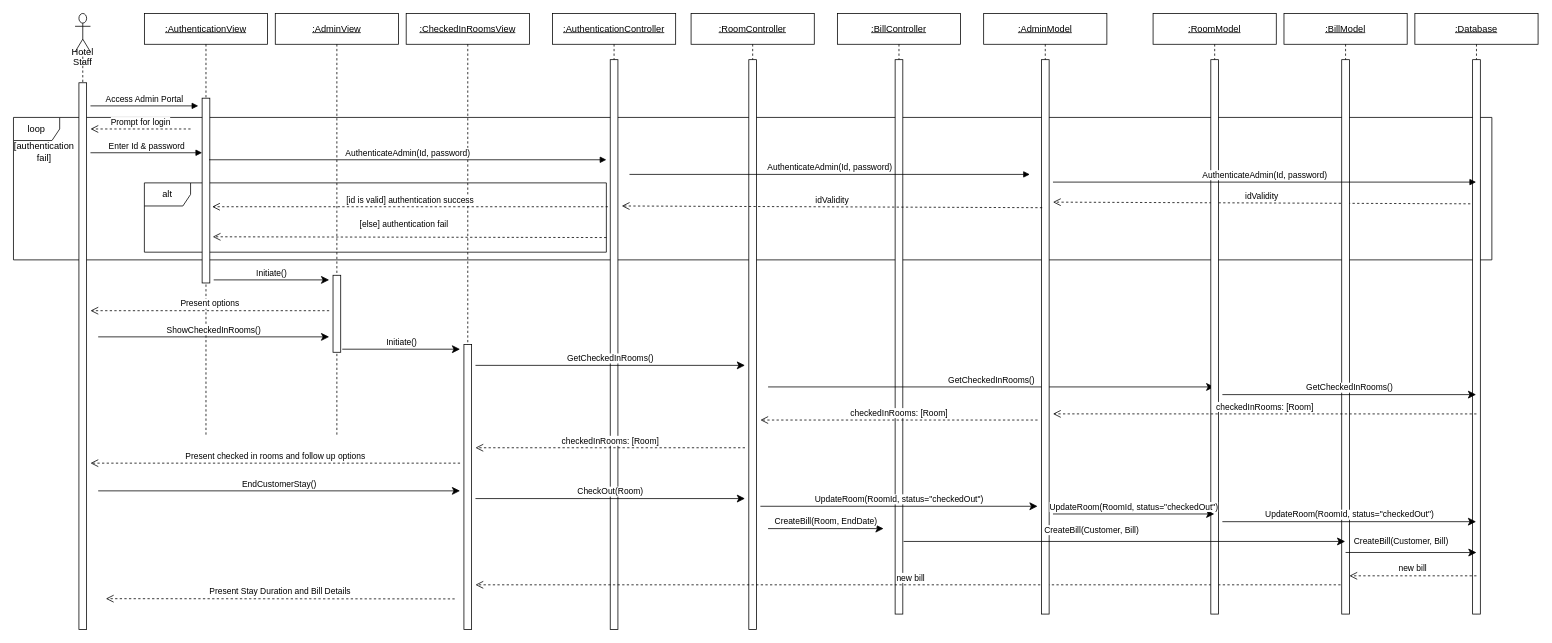
Earlier version of the draw.io diagram Diagrams/Sequence/EndCustomerStay.drawio (mclhtay/CS4471). Source tidied: cells renumbered, new cells numbered last; positions are measured from the earlier drawing's top-left corner, leaving out a move shared by most shapes. Both pictures are drawn from the tidied source at 77%, with x=0, y=0 at pixel (13, 13).
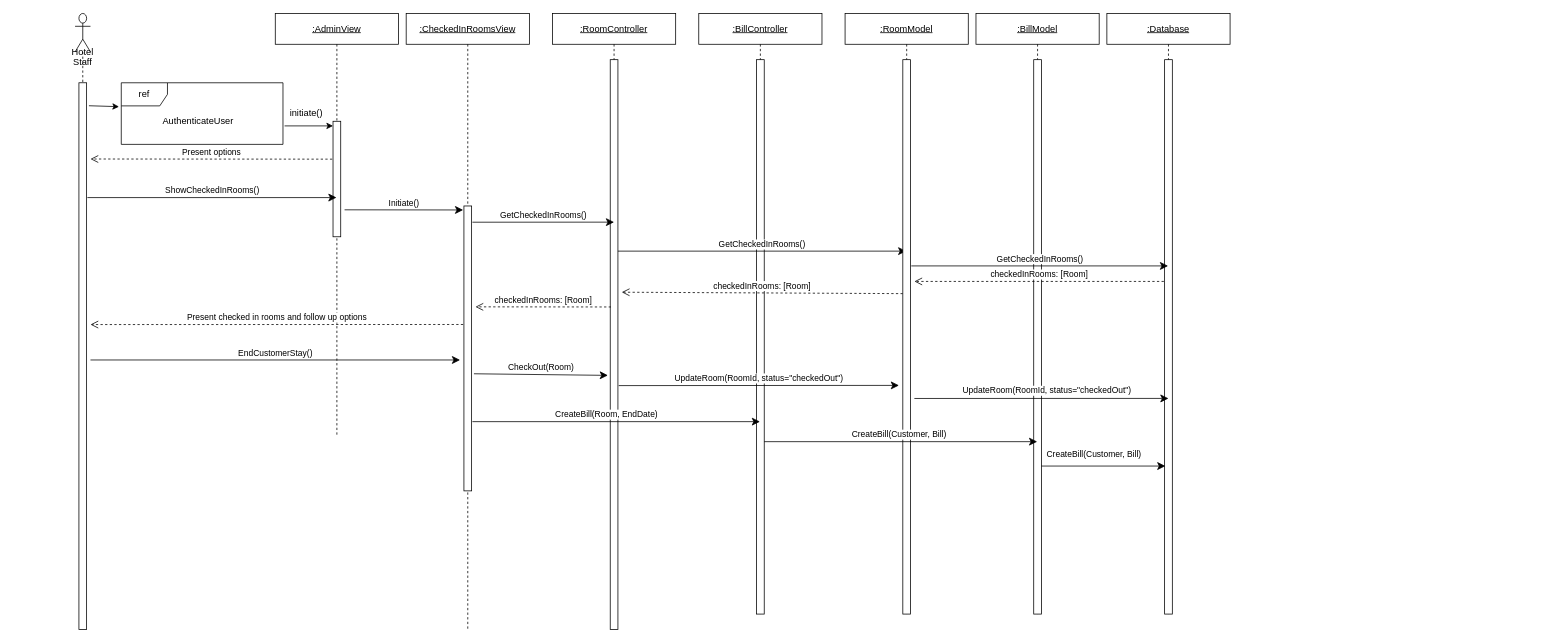
The same page after the edit.

The change refers to these unchanged cells:
```xml
<mxCell id="5" style="html=1;points=[];perimeter=orthogonalPerimeter;" parent="4" vertex="1">
  <mxGeometry x="5" y="90" width="10" height="710" as="geometry" />
</mxCell>
<mxCell id="6" value="&lt;u&gt;:CheckedInRoomsView&lt;/u&gt;" style="shape=umlLifeline;perimeter=lifelinePerimeter;whiteSpace=wrap;html=1;" parent="1" vertex="1">
  <mxGeometry x="510" width="160" height="800" as="geometry" />
</mxCell>
<mxCell id="11" style="html=1;points=[];perimeter=orthogonalPerimeter;" parent="10" vertex="1">
  <mxGeometry x="75" y="60" width="10" height="740" as="geometry" />
</mxCell>
<mxCell id="15" style="html=1;points=[];perimeter=orthogonalPerimeter;" parent="14" vertex="1">
  <mxGeometry x="75" y="60" width="10" height="720" as="geometry" />
</mxCell>
<mxCell id="17" style="html=1;points=[];perimeter=orthogonalPerimeter;" parent="16" vertex="1">
  <mxGeometry x="75" y="60" width="10" height="720" as="geometry" />
</mxCell>
<mxCell id="28" value="&lt;u&gt;:AdminView&lt;/u&gt;" style="shape=umlLifeline;perimeter=lifelinePerimeter;whiteSpace=wrap;html=1;outlineConnect=0;" parent="1" vertex="1">
  <mxGeometry x="340" width="160" height="550" as="geometry" />
</mxCell>
<mxCell id="47" style="html=1;points=[];perimeter=orthogonalPerimeter;" parent="46" vertex="1">
  <mxGeometry x="75" y="60" width="10" height="720" as="geometry" />
</mxCell>
<mxCell id="49" style="html=1;points=[];perimeter=orthogonalPerimeter;" parent="48" vertex="1">
  <mxGeometry x="75" y="60" width="10" height="720" as="geometry" />
</mxCell>
```

Diff of the diagram source:
```diff
@@
-    <mxCell id="2" value="loop" style="shape=umlFrame;whiteSpace=wrap;html=1;" parent="1" vertex="1">
-      <mxGeometry y="135" width="1920" height="185" as="geometry" />
-    </mxCell>
-    <mxCell id="3" value="alt" style="shape=umlFrame;whiteSpace=wrap;html=1;" parent="1" vertex="1">
-      <mxGeometry x="170" y="220" width="600" height="90" as="geometry" />
-    </mxCell>
@@
     <mxCell id="7" style="html=1;points=[];perimeter=orthogonalPerimeter;" parent="6" vertex="1">
-      <mxGeometry x="75" y="430" width="10" height="370" as="geometry" />
+      <mxGeometry x="75" y="250" width="10" height="370" as="geometry" />
     </mxCell>
-    <mxCell id="8" value="&lt;u&gt;:AuthenticationView&lt;/u&gt;" style="shape=umlLifeline;perimeter=lifelinePerimeter;whiteSpace=wrap;html=1;" parent="1" vertex="1">
-      <mxGeometry x="170" width="160" height="550" as="geometry" />
-    </mxCell>
-    <mxCell id="9" style="html=1;points=[];perimeter=orthogonalPerimeter;" parent="8" vertex="1">
-      <mxGeometry x="75" y="110" width="10" height="240" as="geometry" />
-    </mxCell>
     <mxCell id="10" value="&lt;u&gt;:RoomController&lt;/u&gt;" style="shape=umlLifeline;perimeter=lifelinePerimeter;whiteSpace=wrap;html=1;" parent="1" vertex="1">
-      <mxGeometry x="880" width="160" height="800" as="geometry" />
+      <mxGeometry x="700" width="160" height="800" as="geometry" />
     </mxCell>
@@
-    <mxCell id="12" value="&lt;u&gt;:AuthenticationController&lt;/u&gt;" style="shape=umlLifeline;perimeter=lifelinePerimeter;whiteSpace=wrap;html=1;" parent="1" vertex="1">
-      <mxGeometry x="700" width="160" height="800" as="geometry" />
-    </mxCell>
-    <mxCell id="13" style="html=1;perimeter=orthogonalPerimeter;" parent="12" vertex="1">
-      <mxGeometry x="75" y="60" width="10" height="740" as="geometry" />
-    </mxCell>
     <mxCell id="14" value="&lt;u&gt;:BillController&lt;/u&gt;" style="shape=umlLifeline;perimeter=lifelinePerimeter;whiteSpace=wrap;html=1;outlineConnect=0;" parent="1" vertex="1">
-      <mxGeometry x="1070" width="160" height="780" as="geometry" />
+      <mxGeometry x="890" width="160" height="780" as="geometry" />
     </mxCell>
@@
     <mxCell id="16" value="&lt;u&gt;:Database&lt;/u&gt;" style="shape=umlLifeline;perimeter=lifelinePerimeter;whiteSpace=wrap;html=1;outlineConnect=0;" parent="1" vertex="1">
-      <mxGeometry x="1820" width="160" height="780" as="geometry" />
+      <mxGeometry x="1420" width="160" height="780" as="geometry" />
     </mxCell>
@@
-    <mxCell id="18" value="Access Admin Portal" style="html=1;verticalAlign=bottom;endArrow=block;" parent="1" edge="1">
-      <mxGeometry relative="1" as="geometry">
-        <mxPoint x="100" y="120" as="sourcePoint" />
-        <mxPoint x="240" y="120" as="targetPoint" />
-      </mxGeometry>
-    </mxCell>
-    <mxCell id="19" value="Prompt for login" style="html=1;verticalAlign=bottom;endArrow=open;dashed=1;endSize=8;" parent="1" edge="1">
-      <mxGeometry relative="1" as="geometry">
-        <mxPoint x="230" y="150" as="sourcePoint" />
-        <mxPoint x="100" y="150" as="targetPoint" />
-      </mxGeometry>
-    </mxCell>
-    <mxCell id="20" value="[authentication fail]" style="text;html=1;strokeColor=none;fillColor=none;align=center;verticalAlign=middle;whiteSpace=wrap;rounded=0;" parent="1" vertex="1">
-      <mxGeometry x="20" y="170" width="40" height="20" as="geometry" />
-    </mxCell>
-    <mxCell id="21" value="Enter Id &amp;amp; password" style="html=1;verticalAlign=bottom;endArrow=block;exitX=1.5;exitY=0.128;exitDx=0;exitDy=0;exitPerimeter=0;" parent="1" edge="1" source="5" target="9">
-      <mxGeometry relative="1" as="geometry" />
-    </mxCell>
-    <mxCell id="22" value="AuthenticateAdmin(Id, password)" style="html=1;verticalAlign=bottom;endArrow=block;" parent="1" edge="1">
-      <mxGeometry relative="1" as="geometry">
-        <mxPoint x="254" y="190" as="sourcePoint" />
-        <mxPoint x="770" y="190" as="targetPoint" />
-      </mxGeometry>
-    </mxCell>
-    <mxCell id="23" value="AuthenticateAdmin(Id, password)" style="html=1;verticalAlign=bottom;endArrow=block;" parent="1" edge="1">
-      <mxGeometry relative="1" as="geometry">
-        <mxPoint x="800" y="209" as="sourcePoint" />
-        <mxPoint x="1320" y="209" as="targetPoint" />
-      </mxGeometry>
-    </mxCell>
-    <mxCell id="24" value="idValidity" style="html=1;verticalAlign=bottom;endArrow=open;dashed=1;endSize=8;exitX=-0.3;exitY=0.26;exitDx=0;exitDy=0;exitPerimeter=0;" parent="1" edge="1" source="17">
-      <mxGeometry relative="1" as="geometry">
-        <mxPoint x="1350" y="245" as="targetPoint" />
-      </mxGeometry>
-    </mxCell>
-    <mxCell id="25" value="[id is valid] authentication success" style="html=1;verticalAlign=bottom;endArrow=open;dashed=1;endSize=8;" parent="1" edge="1">
-      <mxGeometry relative="1" as="geometry">
-        <mxPoint x="772" y="251" as="sourcePoint" />
-        <mxPoint x="258" y="251" as="targetPoint" />
-      </mxGeometry>
-    </mxCell>
-    <mxCell id="26" value="[else] authentication fail" style="html=1;verticalAlign=bottom;endArrow=open;dashed=1;endSize=8;exitX=1;exitY=0.789;exitDx=0;exitDy=0;exitPerimeter=0;entryX=0.148;entryY=0.778;entryDx=0;entryDy=0;entryPerimeter=0;" parent="1" edge="1" source="3" target="3">
-      <mxGeometry x="0.03" y="-8" relative="1" as="geometry" />
-    </mxCell>
-    <mxCell id="27" value="Initiate()" style="html=1;verticalAlign=bottom;endArrow=classic;endSize=8;endFill=1;" parent="1" edge="1">
-      <mxGeometry relative="1" as="geometry">
-        <mxPoint x="260" y="346" as="sourcePoint" />
-        <mxPoint x="410" y="346" as="targetPoint" />
-      </mxGeometry>
-    </mxCell>
@@
     <mxCell id="29" style="html=1;points=[];perimeter=orthogonalPerimeter;" parent="28" vertex="1">
-      <mxGeometry x="75" y="340" width="10" height="100" as="geometry" />
+      <mxGeometry x="75" y="140" width="10" height="150" as="geometry" />
     </mxCell>
-    <mxCell id="30" value="Present options" style="html=1;verticalAlign=bottom;endArrow=open;dashed=1;endSize=8;" parent="1" edge="1">
+    <mxCell id="30" value="Present options" style="html=1;verticalAlign=bottom;endArrow=open;dashed=1;endSize=8;exitX=-0.1;exitY=0.328;exitDx=0;exitDy=0;exitPerimeter=0;" parent="1" edge="1" source="29">
       <mxGeometry relative="1" as="geometry">
-        <mxPoint x="410" y="386" as="sourcePoint" />
-        <mxPoint x="100" y="386" as="targetPoint" />
+        <mxPoint x="100" y="189" as="targetPoint" />
       </mxGeometry>
     </mxCell>
-    <mxCell id="31" value="ShowCheckedInRooms()" style="html=1;verticalAlign=bottom;endArrow=classic;endSize=8;endFill=1;" parent="1" edge="1">
-      <mxGeometry relative="1" as="geometry">
-        <mxPoint x="110" y="420" as="sourcePoint" />
-        <mxPoint x="410" y="420" as="targetPoint" />
-      </mxGeometry>
+    <mxCell id="31" value="ShowCheckedInRooms()" style="html=1;verticalAlign=bottom;endArrow=classic;endSize=8;endFill=1;exitX=1.1;exitY=0.21;exitDx=0;exitDy=0;exitPerimeter=0;" parent="1" edge="1" source="5" target="28">
+      <mxGeometry relative="1" as="geometry" />
     </mxCell>
-    <mxCell id="32" value="Initiate()" style="html=1;verticalAlign=bottom;endArrow=classic;endSize=8;endFill=1;exitX=1.2;exitY=0.96;exitDx=0;exitDy=0;exitPerimeter=0;" parent="1" edge="1" source="29">
+    <mxCell id="32" value="Initiate()" style="html=1;verticalAlign=bottom;endArrow=classic;endSize=8;endFill=1;entryX=-0.1;entryY=0.014;entryDx=0;entryDy=0;entryPerimeter=0;" parent="1" edge="1" target="7">
       <mxGeometry relative="1" as="geometry">
-        <mxPoint x="580" y="436" as="targetPoint" />
+        <mxPoint x="430" y="255" as="sourcePoint" />
       </mxGeometry>
     </mxCell>
-    <mxCell id="33" value="GetCheckedInRooms()" style="html=1;verticalAlign=bottom;endArrow=classic;endSize=8;endFill=1;" parent="1" edge="1">
+    <mxCell id="33" value="GetCheckedInRooms()" style="html=1;verticalAlign=bottom;endArrow=classic;endSize=8;endFill=1;exitX=1.1;exitY=0.057;exitDx=0;exitDy=0;exitPerimeter=0;" parent="1" edge="1" source="7">
       <mxGeometry relative="1" as="geometry">
-        <mxPoint x="600" y="457" as="sourcePoint" />
-        <mxPoint x="950" y="457" as="targetPoint" />
+        <mxPoint x="780" y="271" as="targetPoint" />
       </mxGeometry>
     </mxCell>
-    <mxCell id="34" value="GetCheckedInRooms()" style="html=1;verticalAlign=bottom;endArrow=classic;endSize=8;endFill=1;" parent="1" edge="1" target="46">
-      <mxGeometry relative="1" as="geometry">
-        <mxPoint x="980" y="485" as="sourcePoint" />
-      </mxGeometry>
+    <mxCell id="34" value="GetCheckedInRooms()" style="html=1;verticalAlign=bottom;endArrow=classic;endSize=8;endFill=1;exitX=1;exitY=0.336;exitDx=0;exitDy=0;exitPerimeter=0;" parent="1" edge="1" source="11" target="46">
+      <mxGeometry relative="1" as="geometry" />
     </mxCell>
-    <mxCell id="35" value="checkedInRooms: [Room]" style="html=1;verticalAlign=bottom;endArrow=open;dashed=1;endSize=8;" parent="1" edge="1">
+    <mxCell id="35" value="checkedInRooms: [Room]" style="html=1;verticalAlign=bottom;endArrow=open;dashed=1;endSize=8;exitX=0;exitY=0.422;exitDx=0;exitDy=0;exitPerimeter=0;" parent="1" edge="1" source="47">
       <mxGeometry relative="1" as="geometry">
-        <mxPoint x="1330" y="528" as="sourcePoint" />
-        <mxPoint x="970" y="528" as="targetPoint" />
+        <mxPoint x="790" y="362" as="targetPoint" />
       </mxGeometry>
     </mxCell>
-    <mxCell id="36" value="checkedInRooms: [Room]" style="html=1;verticalAlign=bottom;endArrow=open;dashed=1;endSize=8;" parent="1" edge="1">
+    <mxCell id="36" value="checkedInRooms: [Room]" style="html=1;verticalAlign=bottom;endArrow=open;dashed=1;endSize=8;exitX=0.1;exitY=0.434;exitDx=0;exitDy=0;exitPerimeter=0;" parent="1" edge="1" source="11">
       <mxGeometry relative="1" as="geometry">
-        <mxPoint x="950" y="564" as="sourcePoint" />
-        <mxPoint x="600" y="564" as="targetPoint" />
+        <mxPoint x="600" y="381" as="targetPoint" />
       </mxGeometry>
     </mxCell>
-    <mxCell id="37" value="Present checked in rooms and follow up options" style="html=1;verticalAlign=bottom;endArrow=open;dashed=1;endSize=8;" parent="1" edge="1">
+    <mxCell id="37" value="Present checked in rooms and follow up options" style="html=1;verticalAlign=bottom;endArrow=open;dashed=1;endSize=8;exitX=-0.1;exitY=0.416;exitDx=0;exitDy=0;exitPerimeter=0;" parent="1" edge="1" source="7">
       <mxGeometry relative="1" as="geometry">
-        <mxPoint x="580" y="584" as="sourcePoint" />
-        <mxPoint x="100" y="584" as="targetPoint" />
+        <mxPoint x="100" y="404" as="targetPoint" />
       </mxGeometry>
     </mxCell>
     <mxCell id="38" value="EndCustomerStay()" style="html=1;verticalAlign=bottom;endArrow=classic;endSize=8;endFill=1;" parent="1" edge="1">
       <mxGeometry relative="1" as="geometry">
-        <mxPoint x="110" y="620" as="sourcePoint" />
-        <mxPoint x="580" y="620" as="targetPoint" />
+        <mxPoint x="100" y="450" as="sourcePoint" />
+        <mxPoint x="580" y="450" as="targetPoint" />
       </mxGeometry>
     </mxCell>
-    <mxCell id="39" value="CheckOut(Room)" style="html=1;verticalAlign=bottom;endArrow=classic;endSize=8;endFill=1;" parent="1" edge="1">
+    <mxCell id="39" value="CheckOut(Room)" style="html=1;verticalAlign=bottom;endArrow=classic;endSize=8;endFill=1;exitX=1.3;exitY=0.589;exitDx=0;exitDy=0;exitPerimeter=0;" parent="1" edge="1" source="7">
       <mxGeometry relative="1" as="geometry">
-        <mxPoint x="600" y="630" as="sourcePoint" />
-        <mxPoint x="950" y="630" as="targetPoint" />
+        <mxPoint x="772" y="470" as="targetPoint" />
       </mxGeometry>
     </mxCell>
-    <mxCell id="40" value="UpdateRoom(RoomId, status=&quot;checkedOut&quot;)" style="html=1;verticalAlign=bottom;endArrow=classic;endSize=8;endFill=1;" parent="1" edge="1">
+    <mxCell id="40" value="UpdateRoom(RoomId, status=&quot;checkedOut&quot;)" style="html=1;verticalAlign=bottom;endArrow=classic;endSize=8;endFill=1;exitX=1.1;exitY=0.572;exitDx=0;exitDy=0;exitPerimeter=0;" parent="1" edge="1" source="11">
       <mxGeometry relative="1" as="geometry">
-        <mxPoint x="970" y="640" as="sourcePoint" />
-        <mxPoint x="1330" y="640" as="targetPoint" />
+        <mxPoint x="1150" y="483" as="targetPoint" />
       </mxGeometry>
     </mxCell>
-    <mxCell id="41" value="CreateBill(Room, EndDate)" style="html=1;verticalAlign=bottom;endArrow=classic;endSize=8;endFill=1;" parent="1" edge="1">
-      <mxGeometry relative="1" as="geometry">
-        <mxPoint x="980" y="669" as="sourcePoint" />
-        <mxPoint x="1130" y="669" as="targetPoint" />
-      </mxGeometry>
+    <mxCell id="41" value="CreateBill(Room, EndDate)" style="html=1;verticalAlign=bottom;endArrow=classic;endSize=8;endFill=1;exitX=1.1;exitY=0.757;exitDx=0;exitDy=0;exitPerimeter=0;" parent="1" edge="1" source="7" target="14">
+      <mxGeometry x="-0.07" relative="1" as="geometry" />
     </mxCell>
-    <mxCell id="42" value="new bill" style="html=1;verticalAlign=bottom;endArrow=open;dashed=1;endSize=8;" parent="1" edge="1" source="48">
-      <mxGeometry relative="1" as="geometry">
-        <mxPoint x="600" y="742" as="targetPoint" />
-      </mxGeometry>
-    </mxCell>
-    <mxCell id="43" value="Present Stay Duration and Bill Details" style="html=1;verticalAlign=bottom;endArrow=open;dashed=1;endSize=8;exitX=-0.2;exitY=0.922;exitDx=0;exitDy=0;exitPerimeter=0;" parent="1" edge="1">
-      <mxGeometry relative="1" as="geometry">
-        <mxPoint x="573" y="760.3" as="sourcePoint" />
-        <mxPoint x="120" y="760" as="targetPoint" />
-      </mxGeometry>
-    </mxCell>
-    <mxCell id="44" value="&lt;u&gt;:AdminModel&lt;/u&gt;" style="shape=umlLifeline;perimeter=lifelinePerimeter;whiteSpace=wrap;html=1;" parent="1" vertex="1">
-      <mxGeometry x="1260" width="160" height="780" as="geometry" />
-    </mxCell>
-    <mxCell id="45" style="html=1;points=[];perimeter=orthogonalPerimeter;" parent="44" vertex="1">
-      <mxGeometry x="75" y="60" width="10" height="720" as="geometry" />
-    </mxCell>
     <mxCell id="46" value="&lt;u&gt;:RoomModel&lt;/u&gt;" style="shape=umlLifeline;perimeter=lifelinePerimeter;whiteSpace=wrap;html=1;outlineConnect=0;" parent="1" vertex="1">
-      <mxGeometry x="1480" width="160" height="780" as="geometry" />
+      <mxGeometry x="1080" width="160" height="780" as="geometry" />
     </mxCell>
@@
     <mxCell id="48" value="&lt;u&gt;:BillModel&lt;/u&gt;" style="shape=umlLifeline;perimeter=lifelinePerimeter;whiteSpace=wrap;html=1;outlineConnect=0;" parent="1" vertex="1">
-      <mxGeometry x="1650" width="160" height="780" as="geometry" />
+      <mxGeometry x="1250" width="160" height="780" as="geometry" />
     </mxCell>
@@
-    <mxCell id="50" value="AuthenticateAdmin(Id, password)" style="html=1;verticalAlign=bottom;endArrow=block;" parent="1" edge="1" target="16">
-      <mxGeometry relative="1" as="geometry">
-        <mxPoint x="1350" y="219" as="sourcePoint" />
-      </mxGeometry>
-    </mxCell>
-    <mxCell id="51" value="idValidity" style="html=1;verticalAlign=bottom;endArrow=open;dashed=1;endSize=8;exitX=0.1;exitY=0.267;exitDx=0;exitDy=0;exitPerimeter=0;" parent="1" edge="1" source="45">
-      <mxGeometry relative="1" as="geometry">
-        <mxPoint x="790" y="250" as="targetPoint" />
-      </mxGeometry>
-    </mxCell>
-    <mxCell id="52" value="GetCheckedInRooms()" style="html=1;verticalAlign=bottom;endArrow=classic;endSize=8;endFill=1;" parent="1" edge="1" target="16">
-      <mxGeometry relative="1" as="geometry">
-        <mxPoint x="1570" y="495" as="sourcePoint" />
-      </mxGeometry>
+    <mxCell id="52" value="GetCheckedInRooms()" style="html=1;verticalAlign=bottom;endArrow=classic;endSize=8;endFill=1;exitX=1.1;exitY=0.372;exitDx=0;exitDy=0;exitPerimeter=0;" parent="1" edge="1" source="47" target="16">
+      <mxGeometry relative="1" as="geometry" />
     </mxCell>
-    <mxCell id="53" value="checkedInRooms: [Room]" style="html=1;verticalAlign=bottom;endArrow=open;dashed=1;endSize=8;exitX=0.5;exitY=0.639;exitDx=0;exitDy=0;exitPerimeter=0;" parent="1" edge="1" source="17">
+    <mxCell id="53" value="checkedInRooms: [Room]" style="html=1;verticalAlign=bottom;endArrow=open;dashed=1;endSize=8;exitX=-0.1;exitY=0.4;exitDx=0;exitDy=0;exitPerimeter=0;" parent="1" edge="1" source="17">
       <mxGeometry relative="1" as="geometry">
-        <mxPoint x="1350" y="520" as="targetPoint" />
+        <mxPoint x="1170" y="348" as="targetPoint" />
       </mxGeometry>
     </mxCell>
-    <mxCell id="54" value="UpdateRoom(RoomId, status=&quot;checkedOut&quot;)" style="html=1;verticalAlign=bottom;endArrow=classic;endSize=8;endFill=1;" parent="1" edge="1" target="46">
-      <mxGeometry relative="1" as="geometry">
-        <mxPoint x="1350" y="650" as="sourcePoint" />
+    <mxCell id="54" value="UpdateRoom(RoomId, status=&quot;checkedOut&quot;)" style="html=1;verticalAlign=bottom;endArrow=classic;endSize=8;endFill=1;entryX=0.5;entryY=0.611;entryDx=0;entryDy=0;entryPerimeter=0;" parent="1" edge="1" target="17">
+      <mxGeometry x="0.04" y="1" relative="1" as="geometry">
+        <mxPoint x="1170" y="500" as="sourcePoint" />
       </mxGeometry>
     </mxCell>
-    <mxCell id="55" value="CreateBill(Customer, Bill)" style="html=1;verticalAlign=bottom;endArrow=classic;endSize=8;endFill=1;exitX=1.1;exitY=0.869;exitDx=0;exitDy=0;exitPerimeter=0;" parent="1" edge="1" source="15" target="48">
-      <mxGeometry x="-0.15" y="6" relative="1" as="geometry" />
+    <mxCell id="55" value="CreateBill(Customer, Bill)" style="html=1;verticalAlign=bottom;endArrow=classic;endSize=8;endFill=1;exitX=1;exitY=0.689;exitDx=0;exitDy=0;exitPerimeter=0;" parent="1" edge="1" source="15" target="48">
+      <mxGeometry x="-0.01" relative="1" as="geometry" />
     </mxCell>
-    <mxCell id="56" value="UpdateRoom(RoomId, status=&quot;checkedOut&quot;)" style="html=1;verticalAlign=bottom;endArrow=classic;endSize=8;endFill=1;" parent="1" edge="1" target="16">
-      <mxGeometry relative="1" as="geometry">
-        <mxPoint x="1570" y="660" as="sourcePoint" />
-      </mxGeometry>
-    </mxCell>
-    <mxCell id="57" value="CreateBill(Customer, Bill)" style="html=1;verticalAlign=bottom;endArrow=classic;endSize=8;endFill=1;entryX=0.5;entryY=0.889;entryDx=0;entryDy=0;entryPerimeter=0;" parent="1" edge="1" target="17">
-      <mxGeometry x="-0.15" y="6" relative="1" as="geometry">
-        <mxPoint x="1730" y="700" as="sourcePoint" />
-      </mxGeometry>
+    <mxCell id="57" value="CreateBill(Customer, Bill)" style="html=1;verticalAlign=bottom;endArrow=classic;endSize=8;endFill=1;entryX=0.1;entryY=0.733;entryDx=0;entryDy=0;entryPerimeter=0;exitX=1;exitY=0.733;exitDx=0;exitDy=0;exitPerimeter=0;" parent="1" edge="1" source="49" target="17">
+      <mxGeometry x="-0.15" y="6" relative="1" as="geometry" />
     </mxCell>
-    <mxCell id="58" value="new bill" style="html=1;verticalAlign=bottom;endArrow=open;dashed=1;endSize=8;exitX=0.5;exitY=0.931;exitDx=0;exitDy=0;exitPerimeter=0;entryX=1;entryY=0.931;entryDx=0;entryDy=0;entryPerimeter=0;" parent="1" edge="1" source="17" target="49">
-      <mxGeometry relative="1" as="geometry" />
-    </mxCell>
+    <mxCell id="59" style="endArrow=classic;html=1;exitX=1.3;exitY=0.042;exitDx=0;exitDy=0;exitPerimeter=0;entryX=-0.014;entryY=0.388;entryDx=0;entryDy=0;entryPerimeter=0;" parent="1" edge="1" source="5" target="60">
+      <mxGeometry relative="1" as="geometry" />
+    </mxCell>
+    <mxCell id="60" value="ref" style="shape=umlFrame;whiteSpace=wrap;html=1;" parent="1" vertex="1">
+      <mxGeometry x="140" y="90" width="210" height="80" as="geometry" />
+    </mxCell>
+    <mxCell id="61" value="AuthenticateUser" style="text;html=1;strokeColor=none;fillColor=none;align=center;verticalAlign=middle;whiteSpace=wrap;rounded=0;" parent="1" vertex="1">
+      <mxGeometry x="220" y="130" width="40" height="20" as="geometry" />
+    </mxCell>
+    <mxCell id="62" style="endArrow=classic;html=1;exitX=1.01;exitY=0.7;exitDx=0;exitDy=0;exitPerimeter=0;" parent="1" edge="1" source="60" target="29">
+      <mxGeometry relative="1" as="geometry" />
+    </mxCell>
+    <mxCell id="63" value="initiate()" style="text;html=1;align=center;verticalAlign=middle;" parent="1" vertex="1">
+      <mxGeometry x="350" y="120" width="60" height="20" as="geometry" />
+    </mxCell>
```
